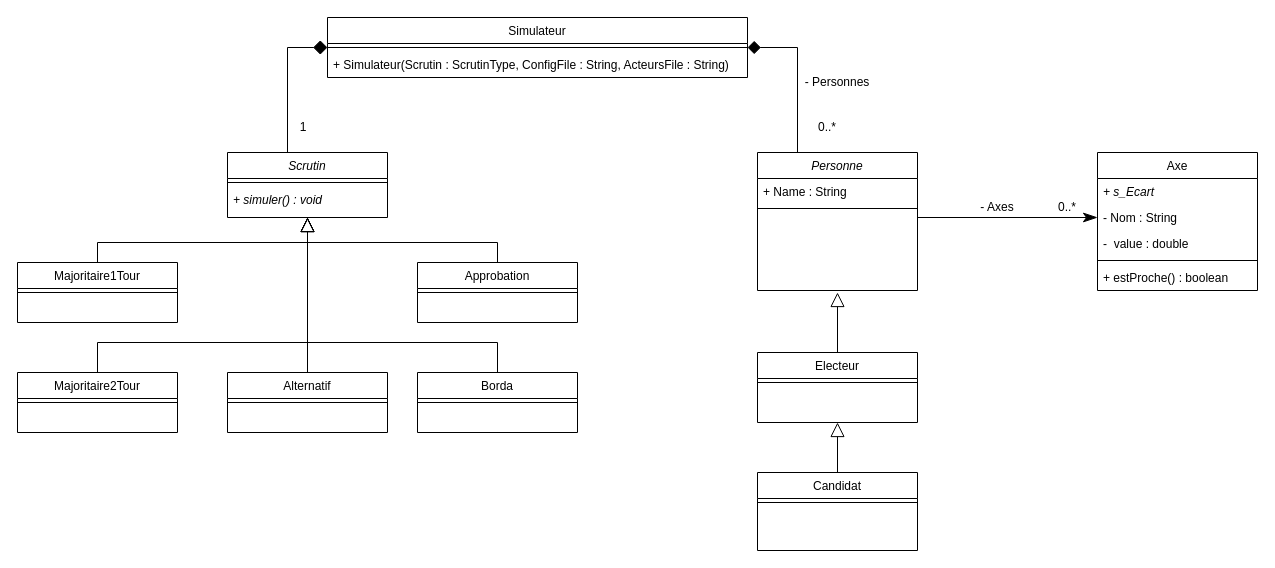
Above: UML.drawio in AugustinGiraudier/SimulationVote (draw.io), before the change. Source tidied: cells renumbered, new cells numbered last; positions are measured from the earlier drawing's top-left corner, leaving out a move shared by most shapes. Both pictures are drawn from the tidied source at 100%, with x=0, y=0 at pixel (17, 17).
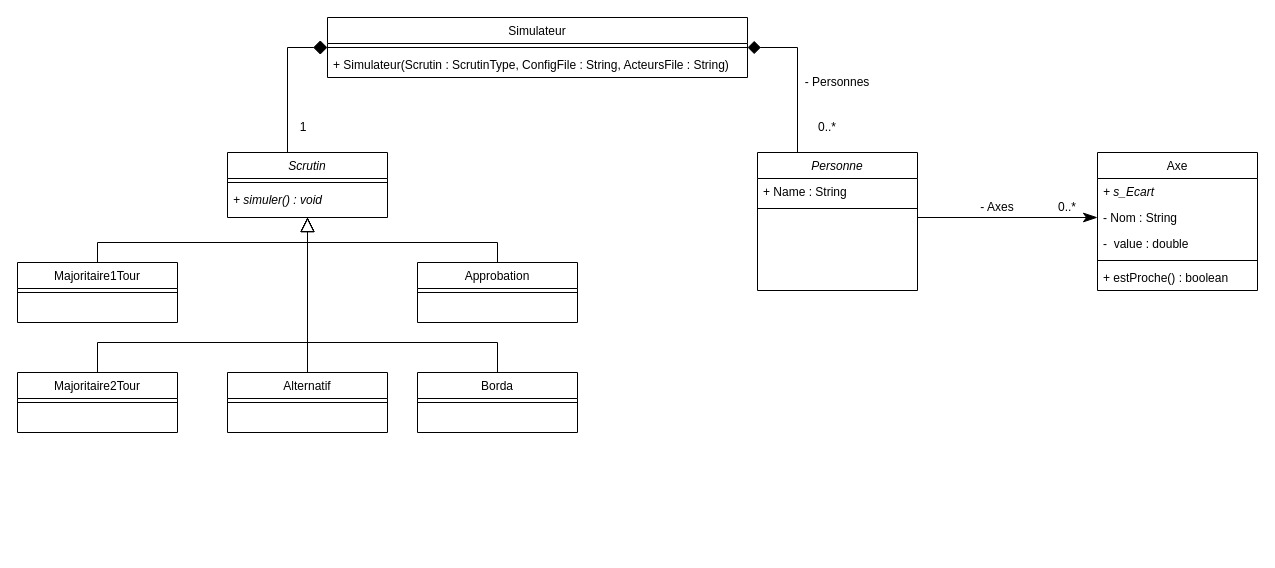
The same page after the edit.

What changed in the source:
```diff
@@
-    <mxCell id="6" style="edgeStyle=orthogonalEdgeStyle;rounded=0;jumpSize=6;jettySize=auto;html=1;entryX=0.5;entryY=1;entryDx=0;entryDy=0;endArrow=block;endFill=0;endSize=12;targetPerimeterSpacing=0;strokeWidth=1;" parent="1" edge="1" source="7" target="10">
-      <mxGeometry relative="1" as="geometry" />
-    </mxCell>
-    <mxCell id="7" value="Candidat" style="swimlane;fontStyle=0;align=center;verticalAlign=top;horizontal=1;startSize=26;rounded=0;shadow=0;strokeWidth=1;" parent="1" vertex="1">
-      <mxGeometry x="740" y="455" width="160" height="78" as="geometry" />
-    </mxCell>
-    <mxCell id="8" style="line;html=1;strokeWidth=1;align=left;verticalAlign=middle;spacingTop=-1;spacingLeft=3;spacingRight=3;labelPosition=right;" parent="7" vertex="1">
-      <mxGeometry y="26" width="160" height="8" as="geometry" />
-    </mxCell>
-    <mxCell id="9" style="edgeStyle=orthogonalEdgeStyle;rounded=0;jettySize=auto;html=1;endArrow=block;endFill=0;strokeWidth=1;jumpSize=6;targetPerimeterSpacing=0;endSize=12;" parent="1" edge="1" source="10">
-      <mxGeometry relative="1" as="geometry">
-        <mxPoint x="820" y="275" as="targetPoint" />
-      </mxGeometry>
-    </mxCell>
-    <mxCell id="10" value="Electeur" style="swimlane;fontStyle=0;align=center;verticalAlign=top;horizontal=1;startSize=26;rounded=0;shadow=0;strokeWidth=1;" parent="1" vertex="1">
-      <mxGeometry x="740" y="335" width="160" height="70" as="geometry" />
-    </mxCell>
-    <mxCell id="11" style="line;html=1;strokeWidth=1;align=left;verticalAlign=middle;spacingTop=-1;spacingLeft=3;spacingRight=3;labelPosition=right;" parent="10" vertex="1">
-      <mxGeometry y="26" width="160" height="8" as="geometry" />
-    </mxCell>
```
